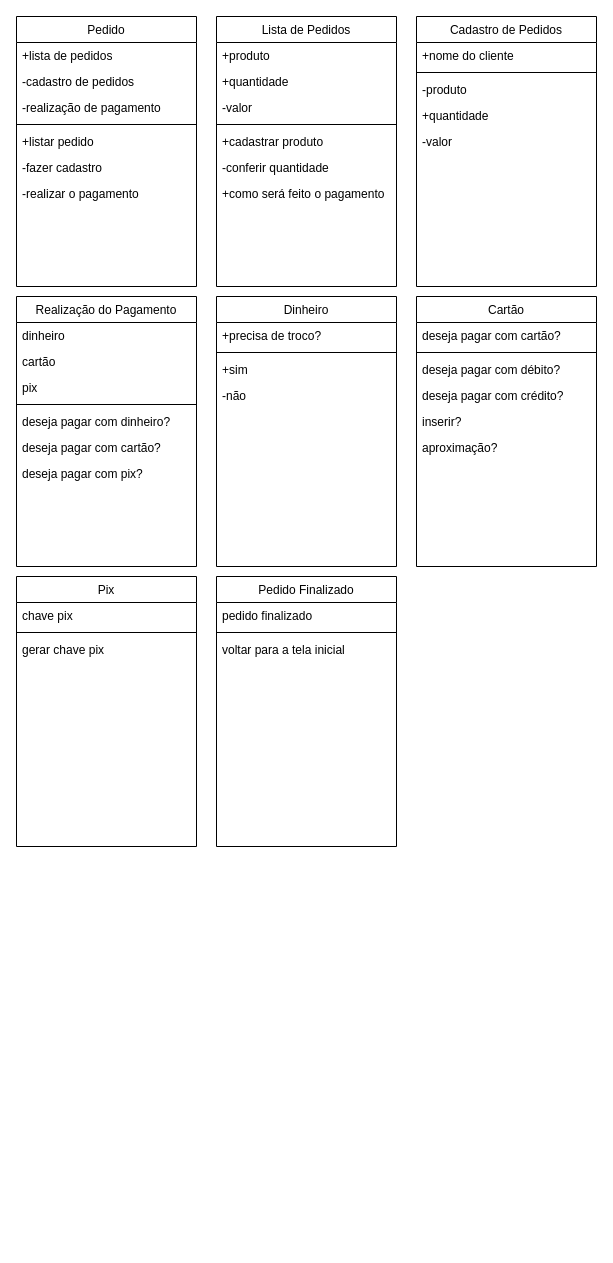
This is classes.drawio from anycarolini21/equipeK, a draw.io file, before an edit. Source tidied: cells renumbered, new cells numbered last; positions are measured from the earlier drawing's top-left corner, leaving out a move shared by most shapes. Both pictures are drawn from the tidied source at 100%, with x=0, y=0 at pixel (16, 16).
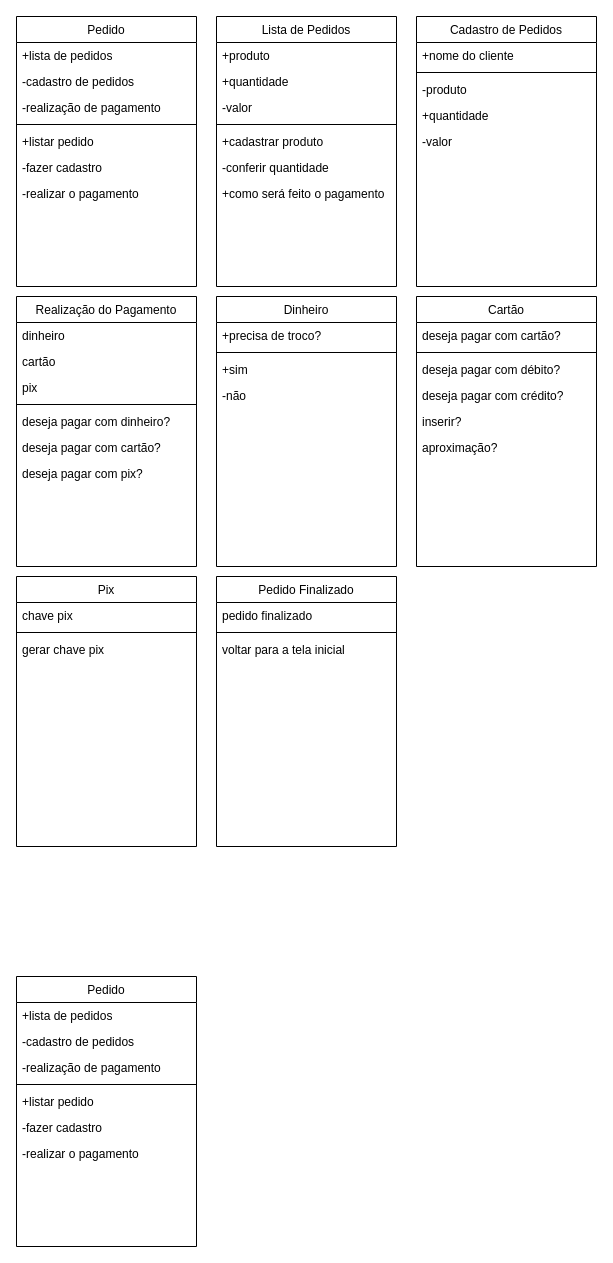
The same diagram, later.

Diff of the diagram source:
```diff
@@
+    <mxCell id="52" value="Pedido" style="swimlane;fontStyle=0;align=center;verticalAlign=top;horizontal=1;startSize=26;rounded=0;shadow=0;strokeWidth=1;" parent="1" vertex="1">
+      <mxGeometry y="960" width="180" height="270" as="geometry" />
+    </mxCell>
+    <mxCell id="53" value="+lista de pedidos" style="text;align=left;verticalAlign=top;spacingLeft=4;spacingRight=4;overflow=hidden;" parent="52" vertex="1">
+      <mxGeometry y="26" width="180" height="26" as="geometry" />
+    </mxCell>
+    <mxCell id="54" value="-cadastro de pedidos" style="text;align=left;verticalAlign=top;spacingLeft=4;spacingRight=4;overflow=hidden;rounded=0;shadow=0;html=0;" parent="52" vertex="1">
+      <mxGeometry y="52" width="180" height="26" as="geometry" />
+    </mxCell>
+    <mxCell id="55" value="-realização de pagamento" style="text;align=left;verticalAlign=top;spacingLeft=4;spacingRight=4;overflow=hidden;rounded=0;shadow=0;html=0;" parent="52" vertex="1">
+      <mxGeometry y="78" width="180" height="26" as="geometry" />
+    </mxCell>
+    <mxCell id="56" style="line;html=1;strokeWidth=1;align=left;verticalAlign=middle;spacingTop=-1;spacingLeft=3;spacingRight=3;labelPosition=right;" parent="52" vertex="1">
+      <mxGeometry y="104" width="180" height="8" as="geometry" />
+    </mxCell>
+    <mxCell id="57" value="+listar pedido" style="text;align=left;verticalAlign=top;spacingLeft=4;spacingRight=4;overflow=hidden;rounded=0;shadow=0;html=0;" parent="52" vertex="1">
+      <mxGeometry y="112" width="180" height="26" as="geometry" />
+    </mxCell>
+    <mxCell id="58" value="-fazer cadastro" style="text;align=left;verticalAlign=top;spacingLeft=4;spacingRight=4;overflow=hidden;rounded=0;shadow=0;html=0;" parent="52" vertex="1">
+      <mxGeometry y="138" width="180" height="26" as="geometry" />
+    </mxCell>
+    <mxCell id="59" value="-realizar o pagamento" style="text;align=left;verticalAlign=top;spacingLeft=4;spacingRight=4;overflow=hidden;" parent="52" vertex="1">
+      <mxGeometry y="164" width="180" height="26" as="geometry" />
+    </mxCell>
```
